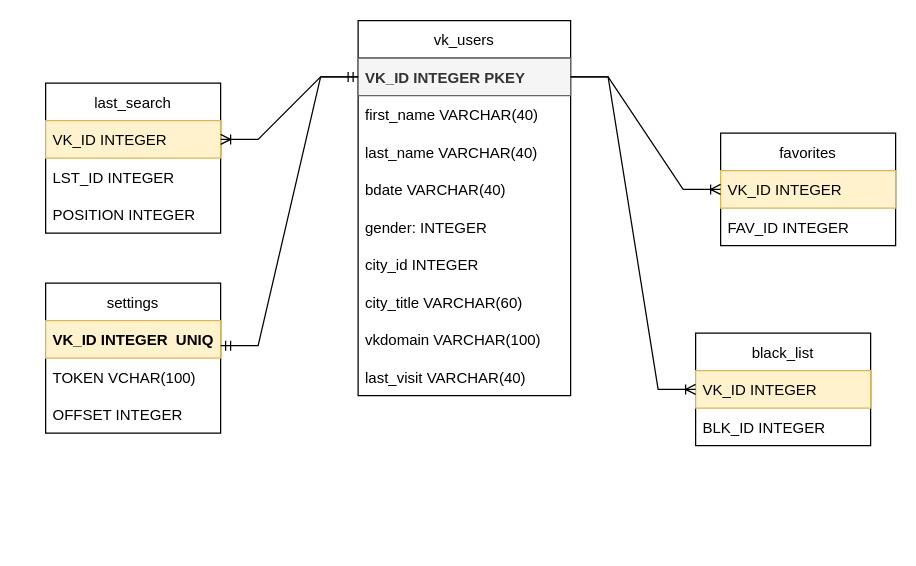
Before: docs/DB_Vkinter.drawio in Garbuzenko/VKinder, a draw.io diagram. Source tidied: cells renumbered, new cells numbered last; positions are measured from the earlier drawing's top-left corner, leaving out a move shared by most shapes. Both pictures are drawn from the tidied source at 125%, with x=0, y=0 at pixel (45, 20).
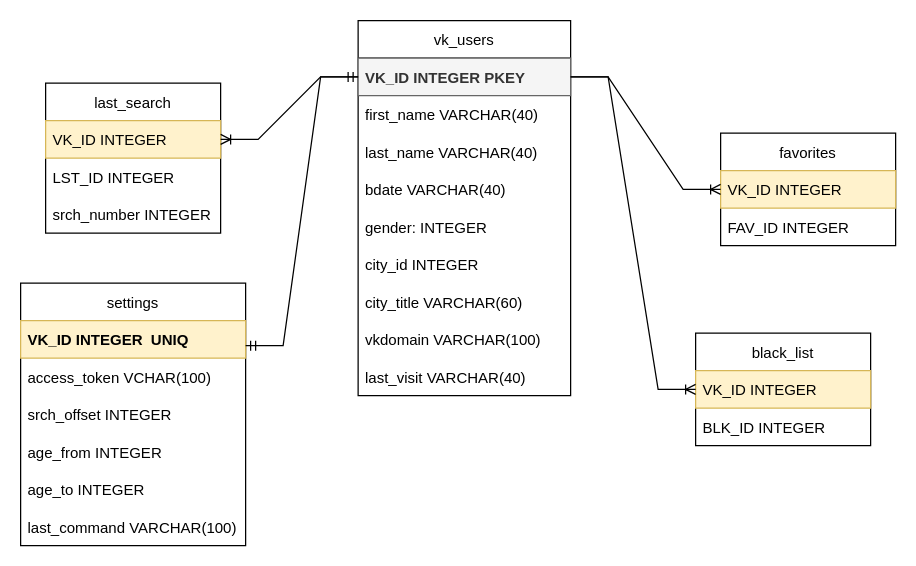
Above is the later version.

Unchanged cells that the change refers to:
```xml
<mxCell id="19" value="last_search" style="swimlane;fontStyle=0;horizontal=1;startSize=30;" parent="1" vertex="1">
  <mxGeometry y="50" width="140" height="120" as="geometry" />
</mxCell>
```

Diff of the diagram source:
```diff
@@
-    <mxCell id="22" value="POSITION INTEGER" style="text;strokeColor=none;fillColor=none;align=left;verticalAlign=middle;spacingLeft=4;spacingRight=4;overflow=hidden;" parent="19" vertex="1">
+    <mxCell id="22" value="srch_number INTEGER" style="text;strokeColor=none;fillColor=none;align=left;verticalAlign=middle;spacingLeft=4;spacingRight=4;overflow=hidden;" parent="19" vertex="1">
       <mxGeometry y="90" width="140" height="30" as="geometry" />
     </mxCell>
@@
     <mxCell id="25" value="settings" style="swimlane;fontStyle=0;horizontal=1;startSize=30;" parent="1" vertex="1">
-      <mxGeometry y="210" width="140" height="120" as="geometry" />
+      <mxGeometry x="-20" y="210" width="180" height="210" as="geometry" />
     </mxCell>
     <mxCell id="26" value="VK_ID INTEGER  UNIQ" style="text;strokeColor=#d6b656;fillColor=#fff2cc;align=left;verticalAlign=middle;spacingLeft=4;spacingRight=4;overflow=hidden;points=[[0,0.5],[1,0.5]];portConstraint=eastwest;fontStyle=1;" parent="25" vertex="1">
-      <mxGeometry y="30" width="140" height="30" as="geometry" />
+      <mxGeometry y="30" width="180" height="30" as="geometry" />
     </mxCell>
-    <mxCell id="27" value="TOKEN VCHAR(100)" style="text;strokeColor=none;fillColor=none;align=left;verticalAlign=middle;spacingLeft=4;spacingRight=4;overflow=hidden;" parent="25" vertex="1">
-      <mxGeometry y="60" width="140" height="30" as="geometry" />
+    <mxCell id="27" value="access_token VCHAR(100)" style="text;strokeColor=none;fillColor=none;align=left;verticalAlign=middle;spacingLeft=4;spacingRight=4;overflow=hidden;" parent="25" vertex="1">
+      <mxGeometry y="60" width="180" height="30" as="geometry" />
     </mxCell>
-    <mxCell id="28" value="OFFSET INTEGER" style="text;strokeColor=none;fillColor=none;align=left;verticalAlign=middle;spacingLeft=4;spacingRight=4;overflow=hidden;" parent="25" vertex="1">
-      <mxGeometry y="90" width="140" height="30" as="geometry" />
+    <mxCell id="28" value="srch_offset INTEGER" style="text;strokeColor=none;fillColor=none;align=left;verticalAlign=middle;spacingLeft=4;spacingRight=4;overflow=hidden;" parent="25" vertex="1">
+      <mxGeometry y="90" width="180" height="30" as="geometry" />
     </mxCell>
+    <mxCell id="30" value="age_from INTEGER" style="text;strokeColor=none;fillColor=none;align=left;verticalAlign=middle;spacingLeft=4;spacingRight=4;overflow=hidden;" parent="25" vertex="1">
+      <mxGeometry y="120" width="180" height="30" as="geometry" />
+    </mxCell>
+    <mxCell id="31" value="age_to INTEGER" style="text;strokeColor=none;fillColor=none;align=left;verticalAlign=middle;spacingLeft=4;spacingRight=4;overflow=hidden;" parent="25" vertex="1">
+      <mxGeometry y="150" width="180" height="30" as="geometry" />
+    </mxCell>
+    <mxCell id="32" value="last_command VARCHAR(100)" style="text;strokeColor=none;fillColor=none;align=left;verticalAlign=middle;spacingLeft=4;spacingRight=4;overflow=hidden;" parent="25" vertex="1">
+      <mxGeometry y="180" width="180" height="30" as="geometry" />
+    </mxCell>
```
